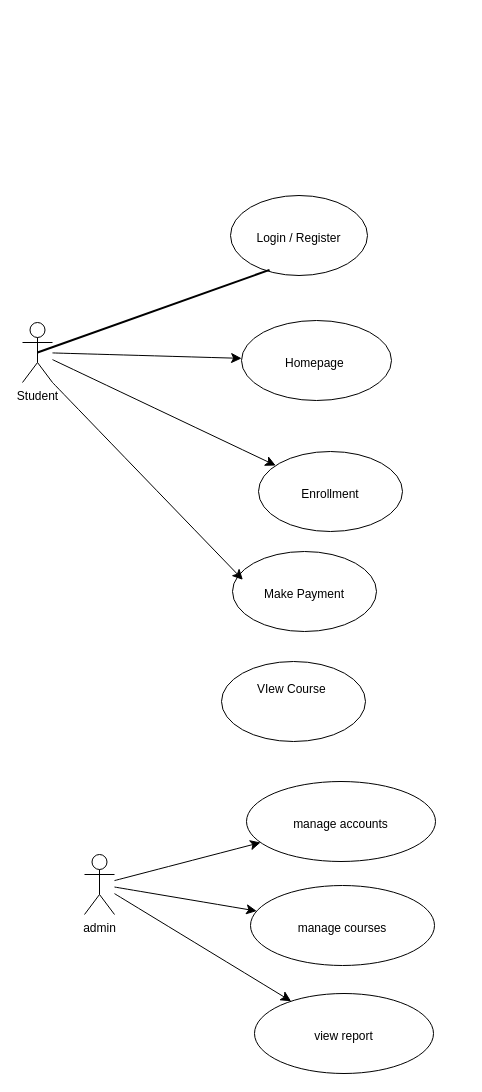
Above: usecase.drawio in Sovannrathh/short-course (draw.io), before the change. Source tidied: cells renumbered, new cells numbered last; positions are measured from the earlier drawing's top-left corner, leaving out a move shared by most shapes. Both pictures are drawn from the tidied source at 100%, with x=0, y=0 at pixel (22, 195).
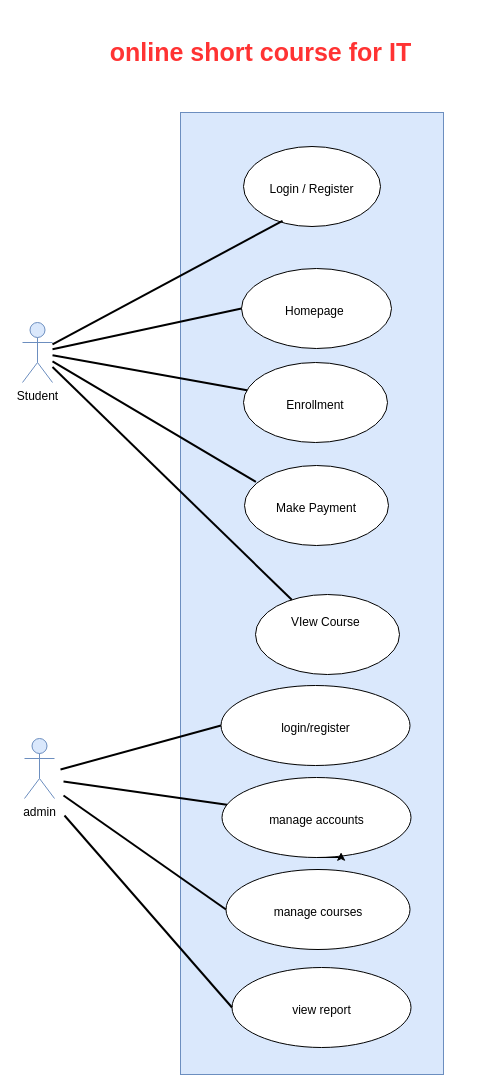
The same page after the edit.

Change to the diagram source:
```diff
@@
-    <mxCell id="2" style="edgeStyle=none;curved=1;rounded=0;jettySize=auto;html=1;fontSize=12;startSize=8;endSize=8;" parent="1" edge="1" source="4" target="10">
-      <mxGeometry relative="1" as="geometry" />
-    </mxCell>
-    <mxCell id="3" style="edgeStyle=none;curved=1;rounded=0;jettySize=auto;html=1;fontSize=12;startSize=8;endSize=8;" parent="1" edge="1" source="4" target="11">
-      <mxGeometry relative="1" as="geometry" />
-    </mxCell>
+    <mxCell id="19" style="rounded=0;whiteSpace=wrap;html=1;fillColor=#dae8fc;strokeColor=#6c8ebf;" parent="1" vertex="1">
+      <mxGeometry x="158" y="-83" width="263" height="962" as="geometry" />
+    </mxCell>
-    <mxCell id="4" value="Student" style="shape=umlActor;verticalLabelPosition=bottom;verticalAlign=top;html=1;outlineConnect=0;" parent="1" vertex="1">
+    <mxCell id="4" value="Student" style="shape=umlActor;verticalLabelPosition=bottom;verticalAlign=top;html=1;outlineConnect=0;fillColor=#dae8fc;strokeColor=#6c8ebf;" parent="1" vertex="1">
       <mxGeometry y="127" width="30" height="60" as="geometry" />
     </mxCell>
-    <mxCell id="5" style="edgeStyle=none;curved=1;rounded=0;jettySize=auto;html=1;fontSize=12;startSize=8;endSize=8;" parent="1" edge="1" source="8" target="12">
-      <mxGeometry relative="1" as="geometry" />
-    </mxCell>
-    <mxCell id="6" style="edgeStyle=none;curved=1;rounded=0;jettySize=auto;html=1;fontSize=12;startSize=8;endSize=8;" parent="1" edge="1" source="8" target="13">
-      <mxGeometry relative="1" as="geometry" />
-    </mxCell>
-    <mxCell id="7" style="edgeStyle=none;curved=1;rounded=0;jettySize=auto;html=1;fontSize=12;startSize=8;endSize=8;" parent="1" edge="1" source="8" target="14">
-      <mxGeometry relative="1" as="geometry" />
-    </mxCell>
-    <mxCell id="8" value="admin" style="shape=umlActor;verticalLabelPosition=bottom;verticalAlign=top;html=1;outlineConnect=0;" parent="1" vertex="1">
-      <mxGeometry x="62" y="659" width="30" height="60" as="geometry" />
+    <mxCell id="8" value="admin" style="shape=umlActor;verticalLabelPosition=bottom;verticalAlign=top;html=1;outlineConnect=0;fillColor=#dae8fc;strokeColor=#6c8ebf;" parent="1" vertex="1">
+      <mxGeometry x="2" y="543" width="30" height="60" as="geometry" />
     </mxCell>
     <mxCell id="9" value="&lt;div&gt;&lt;br&gt;&lt;/div&gt;&lt;div&gt;&lt;br&gt;&lt;/div&gt;&lt;div&gt;Login / Register&lt;/div&gt;" style="ellipse;whiteSpace=wrap;html=1;verticalAlign=top;" parent="1" vertex="1">
-      <mxGeometry x="208" width="137" height="80" as="geometry" />
+      <mxGeometry x="221" y="-49" width="137" height="80" as="geometry" />
     </mxCell>
     <mxCell id="10" value="&lt;div&gt;&lt;br&gt;&lt;/div&gt;&lt;div&gt;&lt;br&gt;&lt;/div&gt;Enrollment" style="ellipse;whiteSpace=wrap;html=1;verticalAlign=top;" parent="1" vertex="1">
-      <mxGeometry x="236" y="256" width="144" height="80" as="geometry" />
+      <mxGeometry x="221" y="167" width="144" height="80" as="geometry" />
     </mxCell>
     <mxCell id="11" value="&lt;div&gt;&lt;br&gt;&lt;/div&gt;&lt;div&gt;&lt;br&gt;&lt;/div&gt;Homepage&amp;nbsp;" style="ellipse;whiteSpace=wrap;html=1;verticalAlign=top;" parent="1" vertex="1">
-      <mxGeometry x="219" y="125" width="150" height="80" as="geometry" />
+      <mxGeometry x="219" y="73" width="150" height="80" as="geometry" />
     </mxCell>
     <mxCell id="12" value="&lt;div&gt;&lt;br&gt;&lt;/div&gt;&lt;div&gt;&lt;br&gt;&lt;/div&gt;manage accounts" style="ellipse;whiteSpace=wrap;html=1;verticalAlign=top;" parent="1" vertex="1">
-      <mxGeometry x="224" y="586" width="189" height="80" as="geometry" />
+      <mxGeometry x="199.5" y="582" width="189" height="80" as="geometry" />
     </mxCell>
     <mxCell id="13" value="&lt;div&gt;&lt;br&gt;&lt;/div&gt;&lt;div&gt;&lt;br&gt;&lt;/div&gt;manage courses" style="ellipse;whiteSpace=wrap;html=1;verticalAlign=top;" parent="1" vertex="1">
-      <mxGeometry x="228" y="690" width="184" height="80" as="geometry" />
+      <mxGeometry x="203.5" y="674" width="184" height="80" as="geometry" />
     </mxCell>
     <mxCell id="14" value="&lt;div&gt;&lt;br&gt;&lt;/div&gt;&lt;div&gt;&lt;br&gt;&lt;/div&gt;view report" style="ellipse;whiteSpace=wrap;html=1;verticalAlign=top;" parent="1" vertex="1">
-      <mxGeometry x="232" y="798" width="179" height="80" as="geometry" />
+      <mxGeometry x="209.5" y="772" width="179" height="80" as="geometry" />
     </mxCell>
-    <mxCell id="15" style="endArrow=none;html=1;rounded=0;fontSize=12;startSize=8;endSize=8;curved=1;strokeWidth=2;exitX=0.5;exitY=0.5;exitDx=0;exitDy=0;exitPerimeter=0;entryX=0.285;entryY=0.93;entryDx=0;entryDy=0;entryPerimeter=0;" parent="1" edge="1" source="4" target="9">
+    <mxCell id="15" style="endArrow=none;html=1;rounded=0;fontSize=12;startSize=8;endSize=8;curved=1;strokeWidth=2;entryX=0.285;entryY=0.93;entryDx=0;entryDy=0;entryPerimeter=0;" parent="1" edge="1" source="4" target="9">
       <mxGeometry relative="1" as="geometry" />
     </mxCell>
     <mxCell id="16" value="&lt;div&gt;&lt;br&gt;&lt;/div&gt;&lt;div&gt;&lt;span style=&quot;background-color: transparent; color: light-dark(rgb(0, 0, 0), rgb(255, 255, 255));&quot;&gt;&lt;br&gt;&lt;/span&gt;&lt;/div&gt;&lt;div&gt;&lt;span style=&quot;background-color: transparent; color: light-dark(rgb(0, 0, 0), rgb(255, 255, 255));&quot;&gt;Make Payment&lt;/span&gt;&lt;/div&gt;" style="ellipse;whiteSpace=wrap;html=1;verticalAlign=top;" parent="1" vertex="1">
-      <mxGeometry x="210" y="356" width="144" height="80" as="geometry" />
+      <mxGeometry x="222" y="270" width="144" height="80" as="geometry" />
     </mxCell>
     <mxCell id="17" value="&lt;div&gt;&lt;br&gt;&lt;/div&gt;&lt;div&gt;&lt;span style=&quot;background-color: transparent; color: light-dark(rgb(0, 0, 0), rgb(255, 255, 255));&quot;&gt;VIew Course&amp;nbsp;&lt;/span&gt;&lt;/div&gt;" style="ellipse;whiteSpace=wrap;html=1;verticalAlign=top;" parent="1" vertex="1">
-      <mxGeometry x="199" y="466" width="144" height="80" as="geometry" />
+      <mxGeometry x="233" y="399" width="144" height="80" as="geometry" />
     </mxCell>
+    <mxCell id="3" style="endArrow=none;html=1;rounded=0;fontSize=12;startSize=8;endSize=8;curved=1;strokeWidth=2;entryX=0;entryY=0.5;entryDx=0;entryDy=0;" parent="1" edge="1" source="4" target="11">
+      <mxGeometry relative="1" as="geometry" />
+    </mxCell>
+    <mxCell id="2" style="endArrow=none;html=1;rounded=0;fontSize=12;startSize=8;endSize=8;curved=1;strokeWidth=2;" parent="1" edge="1" source="4" target="10">
+      <mxGeometry relative="1" as="geometry" />
+    </mxCell>
-    <mxCell id="18" style="edgeStyle=none;curved=1;rounded=0;jettySize=auto;html=1;fontSize=12;startSize=8;endSize=8;exitX=1;exitY=1;exitDx=0;exitDy=0;exitPerimeter=0;entryX=0.072;entryY=0.354;entryDx=0;entryDy=0;entryPerimeter=0;" parent="1" edge="1" source="4" target="16">
+    <mxCell id="18" style="endArrow=none;html=1;rounded=0;fontSize=12;startSize=8;endSize=8;curved=1;strokeWidth=2;entryX=0.079;entryY=0.205;entryDx=0;entryDy=0;entryPerimeter=0;" parent="1" edge="1" source="4" target="16">
       <mxGeometry relative="1" as="geometry" />
     </mxCell>
+    <mxCell id="20" style="endArrow=none;html=1;rounded=0;fontSize=12;startSize=8;endSize=8;curved=1;strokeWidth=2;" parent="1" edge="1" source="4" target="17">
+      <mxGeometry relative="1" as="geometry" />
+    </mxCell>
+    <mxCell id="21" value="&lt;div&gt;&lt;br&gt;&lt;/div&gt;&lt;div&gt;&lt;span style=&quot;background-color: transparent; color: light-dark(rgb(0, 0, 0), rgb(255, 255, 255));&quot;&gt;&lt;br&gt;&lt;/span&gt;&lt;/div&gt;&lt;div&gt;&lt;span style=&quot;background-color: transparent; color: light-dark(rgb(0, 0, 0), rgb(255, 255, 255));&quot;&gt;login/register&lt;/span&gt;&lt;/div&gt;" style="ellipse;whiteSpace=wrap;html=1;verticalAlign=top;" parent="1" vertex="1">
+      <mxGeometry x="198.5" y="490" width="189" height="80" as="geometry" />
+    </mxCell>
+    <mxCell id="22" style="endArrow=none;html=1;rounded=0;fontSize=12;startSize=8;endSize=8;curved=1;strokeWidth=2;entryX=0;entryY=0.5;entryDx=0;entryDy=0;" parent="1" edge="1" target="21">
+      <mxGeometry relative="1" as="geometry">
+        <mxPoint x="38" y="574" as="sourcePoint" />
+      </mxGeometry>
+    </mxCell>
+    <mxCell id="23" style="endArrow=none;html=1;rounded=0;fontSize=12;startSize=8;endSize=8;curved=1;strokeWidth=2;" parent="1" edge="1" target="12">
+      <mxGeometry relative="1" as="geometry">
+        <mxPoint x="41" y="586" as="sourcePoint" />
+      </mxGeometry>
+    </mxCell>
+    <mxCell id="24" style="endArrow=none;html=1;rounded=0;fontSize=12;startSize=8;endSize=8;curved=1;strokeWidth=2;entryX=0;entryY=0.5;entryDx=0;entryDy=0;" parent="1" edge="1" target="13">
+      <mxGeometry relative="1" as="geometry">
+        <mxPoint x="41" y="600" as="sourcePoint" />
+      </mxGeometry>
+    </mxCell>
+    <mxCell id="25" style="endArrow=none;html=1;rounded=0;fontSize=12;startSize=8;endSize=8;curved=1;strokeWidth=2;entryX=0;entryY=0.5;entryDx=0;entryDy=0;" parent="1" edge="1" target="14">
+      <mxGeometry relative="1" as="geometry">
+        <mxPoint x="42" y="620" as="sourcePoint" />
+      </mxGeometry>
+    </mxCell>
+    <mxCell id="26" style="edgeStyle=orthogonalEdgeStyle;rounded=0;orthogonalLoop=1;jettySize=auto;html=1;exitX=0.5;exitY=1;exitDx=0;exitDy=0;entryX=0.63;entryY=0.934;entryDx=0;entryDy=0;entryPerimeter=0;" parent="1" edge="1" source="12" target="12">
+      <mxGeometry relative="1" as="geometry" />
+    </mxCell>
+    <mxCell id="27" value="&lt;font style=&quot;color: rgb(255, 51, 51);&quot;&gt;online short course for IT&lt;/font&gt;" style="text;strokeColor=none;align=center;fillColor=none;html=1;verticalAlign=middle;whiteSpace=wrap;rounded=0;perimeterSpacing=6;fontStyle=1;spacing=7;fontSize=25;" parent="1" vertex="1">
+      <mxGeometry x="35" y="-178" width="407" height="67" as="geometry" />
+    </mxCell>
```
